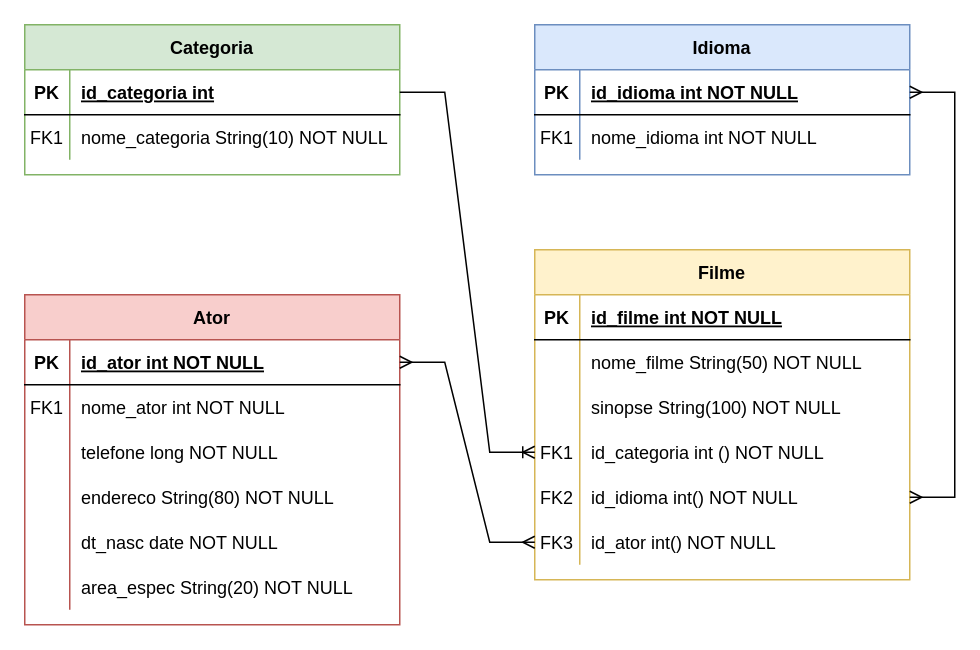
Before: catalogo_filmes_conc.drawio in adrianopspadilha/BDR-W, a draw.io diagram. Source tidied: cells renumbered, new cells numbered last; positions are measured from the earlier drawing's top-left corner, leaving out a move shared by most shapes. Both pictures are drawn from the tidied source at 150%, with x=0, y=0 at pixel (24, 24).
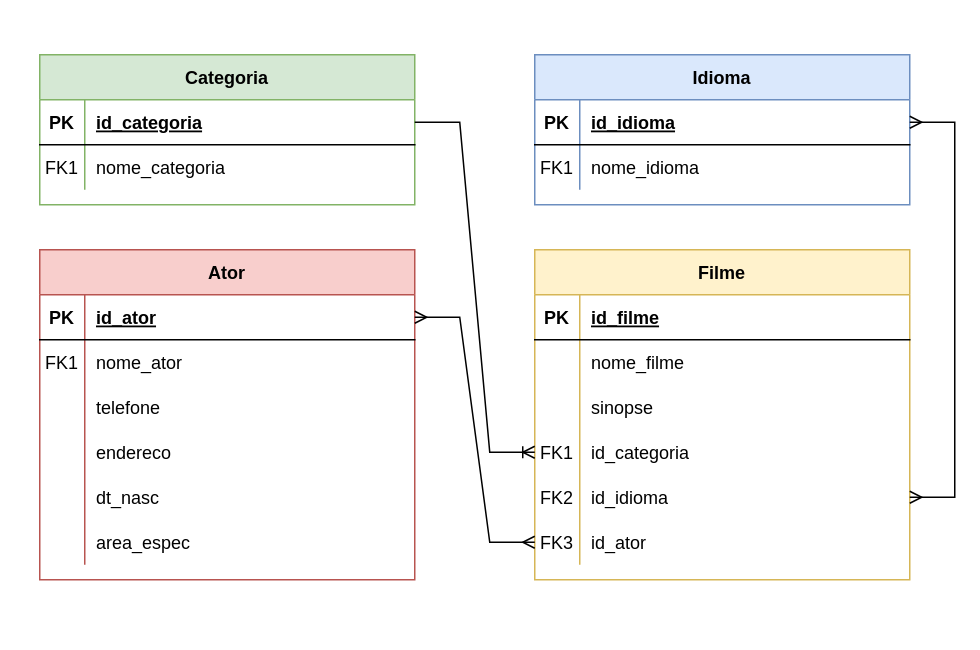
After the change.

The change refers to these unchanged cells:
```xml
<mxCell id="3" style="shape=partialRectangle;fillColor=none;points=[[0,0.5],[1,0.5]];portConstraint=eastwest;top=0;left=0;right=0;bottom=1;" parent="2" vertex="1">
  <mxGeometry y="30" width="250" height="30" as="geometry" />
</mxCell>
<mxCell id="6" style="shape=partialRectangle;fillColor=none;top=0;left=0;right=0;bottom=0;" parent="2" vertex="1">
  <mxGeometry y="60" width="250" height="30" as="geometry" />
</mxCell>
<mxCell id="9" style="shape=partialRectangle;fillColor=none;top=0;left=0;right=0;bottom=0;" parent="2" vertex="1">
  <mxGeometry y="90" width="250" height="30" as="geometry" />
</mxCell>
<mxCell id="12" style="shape=partialRectangle;fillColor=none;top=0;left=0;right=0;bottom=0;" parent="2" vertex="1">
  <mxGeometry y="120" width="250" height="30" as="geometry" />
</mxCell>
<mxCell id="15" style="shape=partialRectangle;fillColor=none;top=0;left=0;right=0;bottom=0;" parent="2" vertex="1">
  <mxGeometry y="150" width="250" height="30" as="geometry" />
</mxCell>
<mxCell id="18" style="shape=partialRectangle;fillColor=none;top=0;left=0;right=0;bottom=0;" parent="2" vertex="1">
  <mxGeometry y="180" width="250" height="30" as="geometry" />
</mxCell>
<mxCell id="22" style="shape=partialRectangle;fillColor=none;points=[[0,0.5],[1,0.5]];portConstraint=eastwest;top=0;left=0;right=0;bottom=1;" parent="21" vertex="1">
  <mxGeometry y="30" width="250" height="30" as="geometry" />
</mxCell>
<mxCell id="25" style="shape=partialRectangle;fillColor=none;top=0;left=0;right=0;bottom=0;" parent="21" vertex="1">
  <mxGeometry y="60" width="250" height="30" as="geometry" />
</mxCell>
<mxCell id="29" style="shape=partialRectangle;fillColor=none;top=0;left=0;right=0;bottom=1;" parent="28" vertex="1">
  <mxGeometry y="30" width="250" height="30" as="geometry" />
</mxCell>
<mxCell id="32" style="shape=partialRectangle;fillColor=none;top=0;left=0;right=0;bottom=0;" parent="28" vertex="1">
  <mxGeometry y="60" width="250" height="30" as="geometry" />
</mxCell>
<mxCell id="35" style="shape=partialRectangle;fillColor=none;top=0;left=0;right=0;bottom=0;" parent="28" vertex="1">
  <mxGeometry y="90" width="250" height="30" as="geometry" />
</mxCell>
<mxCell id="38" style="shape=partialRectangle;fillColor=none;points=[[0,0.5],[1,0.5]];portConstraint=eastwest;top=0;left=0;right=0;bottom=0;" parent="28" vertex="1">
  <mxGeometry y="120" width="250" height="30" as="geometry" />
</mxCell>
<mxCell id="41" style="shape=partialRectangle;fillColor=none;points=[[0,0.5],[1,0.5]];portConstraint=eastwest;top=0;left=0;right=0;bottom=0;" parent="28" vertex="1">
  <mxGeometry y="150" width="250" height="30" as="geometry" />
</mxCell>
<mxCell id="44" style="shape=partialRectangle;fillColor=none;points=[[0,0.5],[1,0.5]];portConstraint=eastwest;top=0;left=0;right=0;bottom=0;" parent="28" vertex="1">
  <mxGeometry y="180" width="250" height="30" as="geometry" />
</mxCell>
<mxCell id="48" style="shape=partialRectangle;fillColor=none;points=[[0,0.5],[1,0.5]];portConstraint=eastwest;top=0;left=0;right=0;bottom=1;" parent="47" vertex="1">
  <mxGeometry y="30" width="250" height="30" as="geometry" />
</mxCell>
<mxCell id="51" style="shape=partialRectangle;fillColor=none;top=0;left=0;right=0;bottom=0;" parent="47" vertex="1">
  <mxGeometry y="60" width="250" height="30" as="geometry" />
</mxCell>
```

What changed in the source:
```diff
@@
     <mxCell id="2" value="Ator" style="shape=table;startSize=30;childLayout=tableLayout;rowLines=0;fontStyle=1;align=center;fillColor=#f8cecc;strokeColor=#b85450;" parent="1" vertex="1">
-      <mxGeometry y="180" width="250" height="220" as="geometry" />
+      <mxGeometry x="10" y="150" width="250" height="220" as="geometry" />
     </mxCell>
@@
-    <mxCell id="5" value="id_ator int NOT NULL " style="shape=partialRectangle;overflow=hidden;fillColor=none;top=0;left=0;bottom=0;right=0;align=left;spacingLeft=6;fontStyle=5;" parent="3" vertex="1">
+    <mxCell id="5" value="id_ator" style="shape=partialRectangle;overflow=hidden;fillColor=none;top=0;left=0;bottom=0;right=0;align=left;spacingLeft=6;fontStyle=5;" parent="3" vertex="1">
       <mxGeometry x="30" width="220" height="30" as="geometry" />
     </mxCell>
@@
-    <mxCell id="8" value="nome_ator int NOT NULL" style="shape=partialRectangle;overflow=hidden;fillColor=none;top=0;left=0;bottom=0;right=0;align=left;spacingLeft=6;" parent="6" vertex="1">
+    <mxCell id="8" value="nome_ator" style="shape=partialRectangle;overflow=hidden;fillColor=none;top=0;left=0;bottom=0;right=0;align=left;spacingLeft=6;" parent="6" vertex="1">
       <mxGeometry x="30" width="220" height="30" as="geometry" />
     </mxCell>
@@
-    <mxCell id="11" value="telefone long NOT NULL" style="shape=partialRectangle;overflow=hidden;fillColor=none;top=0;left=0;bottom=0;right=0;align=left;spacingLeft=6;" parent="9" vertex="1">
+    <mxCell id="11" value="telefone" style="shape=partialRectangle;overflow=hidden;fillColor=none;top=0;left=0;bottom=0;right=0;align=left;spacingLeft=6;" parent="9" vertex="1">
       <mxGeometry x="30" width="220" height="30" as="geometry" />
     </mxCell>
@@
-    <mxCell id="14" value="endereco String(80) NOT NULL" style="shape=partialRectangle;overflow=hidden;fillColor=none;top=0;left=0;bottom=0;right=0;align=left;spacingLeft=6;" parent="12" vertex="1">
+    <mxCell id="14" value="endereco" style="shape=partialRectangle;overflow=hidden;fillColor=none;top=0;left=0;bottom=0;right=0;align=left;spacingLeft=6;" parent="12" vertex="1">
       <mxGeometry x="30" width="220" height="30" as="geometry" />
     </mxCell>
@@
-    <mxCell id="17" value="dt_nasc date NOT NULL" style="shape=partialRectangle;overflow=hidden;fillColor=none;top=0;left=0;bottom=0;right=0;align=left;spacingLeft=6;" parent="15" vertex="1">
+    <mxCell id="17" value="dt_nasc" style="shape=partialRectangle;overflow=hidden;fillColor=none;top=0;left=0;bottom=0;right=0;align=left;spacingLeft=6;" parent="15" vertex="1">
       <mxGeometry x="30" width="220" height="30" as="geometry" />
     </mxCell>
@@
-    <mxCell id="20" value="area_espec String(20) NOT NULL" style="shape=partialRectangle;overflow=hidden;fillColor=none;top=0;left=0;bottom=0;right=0;align=left;spacingLeft=6;" parent="18" vertex="1">
+    <mxCell id="20" value="area_espec" style="shape=partialRectangle;overflow=hidden;fillColor=none;top=0;left=0;bottom=0;right=0;align=left;spacingLeft=6;" parent="18" vertex="1">
       <mxGeometry x="30" width="220" height="30" as="geometry" />
     </mxCell>
     <mxCell id="21" value="Idioma" style="shape=table;startSize=30;childLayout=tableLayout;rowLines=0;fontStyle=1;align=center;fillColor=#dae8fc;strokeColor=#6c8ebf;" parent="1" vertex="1">
-      <mxGeometry x="340" width="250" height="100" as="geometry" />
+      <mxGeometry x="340" y="20" width="250" height="100" as="geometry" />
     </mxCell>
@@
-    <mxCell id="24" value="id_idioma int NOT NULL " style="shape=partialRectangle;overflow=hidden;fillColor=none;top=0;left=0;bottom=0;right=0;align=left;spacingLeft=6;fontStyle=5;" parent="22" vertex="1">
+    <mxCell id="24" value="id_idioma" style="shape=partialRectangle;overflow=hidden;fillColor=none;top=0;left=0;bottom=0;right=0;align=left;spacingLeft=6;fontStyle=5;" parent="22" vertex="1">
       <mxGeometry x="30" width="220" height="30" as="geometry" />
     </mxCell>
@@
-    <mxCell id="27" value="nome_idioma int NOT NULL" style="shape=partialRectangle;overflow=hidden;fillColor=none;top=0;left=0;bottom=0;right=0;align=left;spacingLeft=6;" parent="25" vertex="1">
+    <mxCell id="27" value="nome_idioma" style="shape=partialRectangle;overflow=hidden;fillColor=none;top=0;left=0;bottom=0;right=0;align=left;spacingLeft=6;" parent="25" vertex="1">
       <mxGeometry x="30" width="220" height="30" as="geometry" />
     </mxCell>
@@
-    <mxCell id="31" value="id_filme int NOT NULL" style="shape=partialRectangle;overflow=hidden;fillColor=none;top=0;left=0;bottom=0;right=0;align=left;spacingLeft=6;fontStyle=5;" parent="29" vertex="1">
+    <mxCell id="31" value="id_filme" style="shape=partialRectangle;overflow=hidden;fillColor=none;top=0;left=0;bottom=0;right=0;align=left;spacingLeft=6;fontStyle=5;" parent="29" vertex="1">
       <mxGeometry x="30" width="220" height="30" as="geometry" />
     </mxCell>
@@
-    <mxCell id="34" value="nome_filme String(50) NOT NULL" style="shape=partialRectangle;overflow=hidden;fillColor=none;top=0;left=0;bottom=0;right=0;align=left;spacingLeft=6;" parent="32" vertex="1">
+    <mxCell id="34" value="nome_filme" style="shape=partialRectangle;overflow=hidden;fillColor=none;top=0;left=0;bottom=0;right=0;align=left;spacingLeft=6;" parent="32" vertex="1">
       <mxGeometry x="30" width="220" height="30" as="geometry" />
     </mxCell>
@@
-    <mxCell id="37" value="sinopse String(100) NOT NULL" style="shape=partialRectangle;overflow=hidden;fillColor=none;top=0;left=0;bottom=0;right=0;align=left;spacingLeft=6;" parent="35" vertex="1">
+    <mxCell id="37" value="sinopse" style="shape=partialRectangle;overflow=hidden;fillColor=none;top=0;left=0;bottom=0;right=0;align=left;spacingLeft=6;" parent="35" vertex="1">
       <mxGeometry x="30" width="220" height="30" as="geometry" />
     </mxCell>
@@
-    <mxCell id="40" value="id_categoria int () NOT NULL" style="shape=partialRectangle;overflow=hidden;fillColor=none;top=0;left=0;bottom=0;right=0;align=left;spacingLeft=6;" parent="38" vertex="1">
+    <mxCell id="40" value="id_categoria" style="shape=partialRectangle;overflow=hidden;fillColor=none;top=0;left=0;bottom=0;right=0;align=left;spacingLeft=6;" parent="38" vertex="1">
       <mxGeometry x="30" width="220" height="30" as="geometry" />
     </mxCell>
@@
-    <mxCell id="43" value="id_idioma int() NOT NULL" style="shape=partialRectangle;overflow=hidden;fillColor=none;top=0;left=0;bottom=0;right=0;align=left;spacingLeft=6;" parent="41" vertex="1">
+    <mxCell id="43" value="id_idioma" style="shape=partialRectangle;overflow=hidden;fillColor=none;top=0;left=0;bottom=0;right=0;align=left;spacingLeft=6;" parent="41" vertex="1">
       <mxGeometry x="30" width="220" height="30" as="geometry" />
     </mxCell>
@@
-    <mxCell id="46" value="id_ator int() NOT NULL" style="shape=partialRectangle;overflow=hidden;fillColor=none;top=0;left=0;bottom=0;right=0;align=left;spacingLeft=6;" parent="44" vertex="1">
+    <mxCell id="46" value="id_ator" style="shape=partialRectangle;overflow=hidden;fillColor=none;top=0;left=0;bottom=0;right=0;align=left;spacingLeft=6;" parent="44" vertex="1">
       <mxGeometry x="30" width="220" height="30" as="geometry" />
     </mxCell>
     <mxCell id="47" value="Categoria" style="shape=table;startSize=30;childLayout=tableLayout;rowLines=0;fontStyle=1;align=center;fillColor=#d5e8d4;strokeColor=#82b366;" parent="1" vertex="1">
-      <mxGeometry width="250" height="100" as="geometry" />
+      <mxGeometry x="10" y="20" width="250" height="100" as="geometry" />
     </mxCell>
@@
-    <mxCell id="50" value="id_categoria int" style="shape=partialRectangle;overflow=hidden;fillColor=none;top=0;left=0;bottom=0;right=0;align=left;spacingLeft=6;fontStyle=5;" parent="48" vertex="1">
+    <mxCell id="50" value="id_categoria" style="shape=partialRectangle;overflow=hidden;fillColor=none;top=0;left=0;bottom=0;right=0;align=left;spacingLeft=6;fontStyle=5;" parent="48" vertex="1">
       <mxGeometry x="30" width="220" height="30" as="geometry" />
     </mxCell>
@@
-    <mxCell id="53" value="nome_categoria String(10) NOT NULL" style="shape=partialRectangle;overflow=hidden;fillColor=none;top=0;left=0;bottom=0;right=0;align=left;spacingLeft=6;" parent="51" vertex="1">
+    <mxCell id="53" value="nome_categoria" style="shape=partialRectangle;overflow=hidden;fillColor=none;top=0;left=0;bottom=0;right=0;align=left;spacingLeft=6;" parent="51" vertex="1">
       <mxGeometry x="30" width="220" height="30" as="geometry" />
     </mxCell>
```
